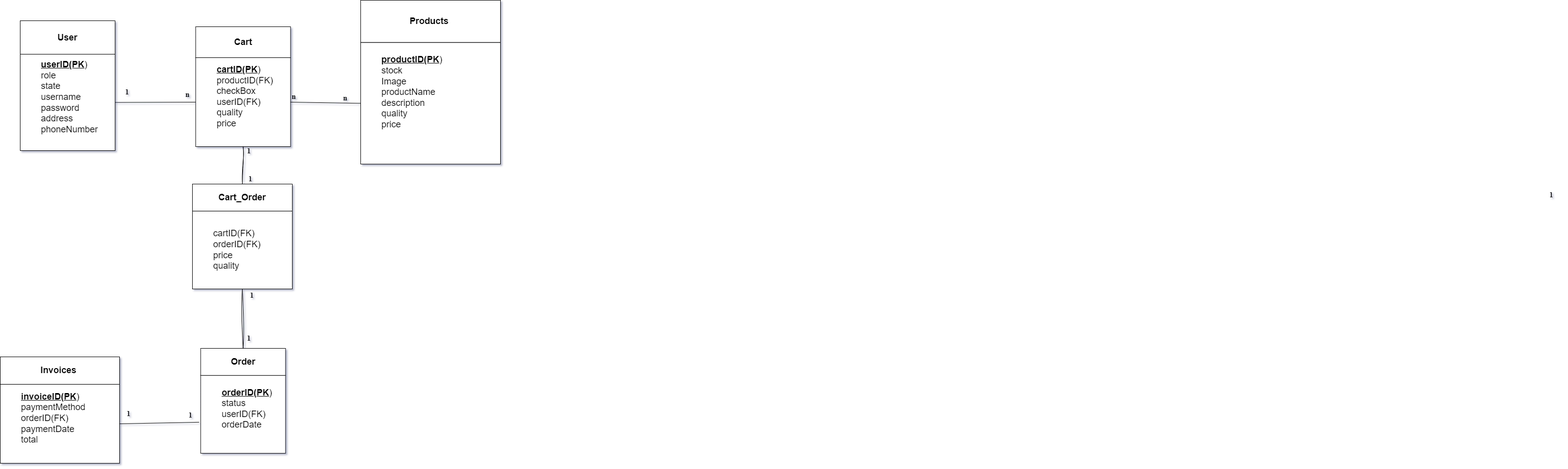
Before: DuAn4.drawio.png, a diagram exported from draw.io (PhamThom129D/JDBC). Source tidied: cells renumbered, new cells last; positions are measured from the earlier drawing's top-left corner, leaving out a move shared by most shapes.
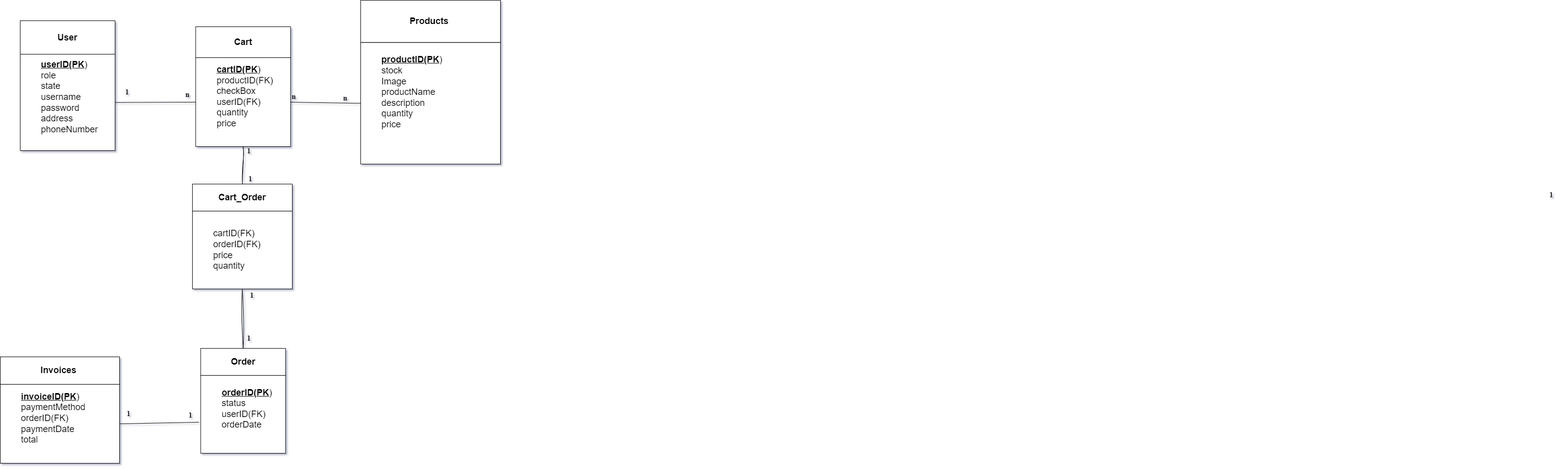
After the change.

Commit message:
Cập nhật DuAn4.drawio.png

Change to the diagram source:
```diff
@@ -17,7 +17,7 @@
     <mxCell id="6" value="&lt;h2&gt;Products&amp;nbsp;&lt;/h2&gt;" style="rounded=0;whiteSpace=wrap;html=1;align=center;labelBackgroundColor=none;" parent="5" vertex="1">
       <mxGeometry width="280" height="84.6" as="geometry" />
     </mxCell>
-    <mxCell id="7" value="&lt;blockquote style=&quot;margin: 0px 0px 0px 40px; border: none; padding: 0px; font-size: 18px;&quot;&gt;&lt;u&gt;&lt;b&gt;productID(PK&lt;/b&gt;&lt;/u&gt;)&lt;/blockquote&gt;&lt;blockquote style=&quot;margin: 0px 0px 0px 40px; border: none; padding: 0px; font-size: 18px;&quot;&gt;stock&lt;br&gt;&lt;/blockquote&gt;&lt;blockquote style=&quot;margin: 0px 0px 0px 40px; border: none; padding: 0px; font-size: 18px;&quot;&gt;Image&lt;br&gt;productName&lt;/blockquote&gt;&lt;blockquote style=&quot;margin: 0px 0px 0px 40px; border: none; padding: 0px;&quot;&gt;&lt;span style=&quot;font-size: 18px;&quot;&gt;description&lt;/span&gt;&lt;br&gt;&lt;span style=&quot;font-size: 18px;&quot;&gt;quality&amp;nbsp;&lt;/span&gt;&lt;br&gt;&lt;span style=&quot;font-size: 18px;&quot;&gt;price&amp;nbsp;&lt;/span&gt;&lt;/blockquote&gt;&lt;blockquote style=&quot;margin: 0px 0px 0px 40px; border: none; padding: 0px; font-size: 18px;&quot;&gt;&lt;br&gt;&lt;br&gt;&lt;/blockquote&gt;" style="rounded=0;whiteSpace=wrap;html=1;align=left;labelPosition=center;verticalLabelPosition=middle;verticalAlign=middle;labelBackgroundColor=none;" parent="5" vertex="1">
+    <mxCell id="7" value="&lt;blockquote style=&quot;margin: 0px 0px 0px 40px; border: none; padding: 0px; font-size: 18px;&quot;&gt;&lt;u&gt;&lt;b&gt;productID(PK&lt;/b&gt;&lt;/u&gt;)&lt;/blockquote&gt;&lt;blockquote style=&quot;margin: 0px 0px 0px 40px; border: none; padding: 0px; font-size: 18px;&quot;&gt;stock&lt;br&gt;&lt;/blockquote&gt;&lt;blockquote style=&quot;margin: 0px 0px 0px 40px; border: none; padding: 0px; font-size: 18px;&quot;&gt;Image&lt;br&gt;productName&lt;/blockquote&gt;&lt;blockquote style=&quot;margin: 0px 0px 0px 40px; border: none; padding: 0px;&quot;&gt;&lt;span style=&quot;font-size: 18px;&quot;&gt;description&lt;/span&gt;&lt;br&gt;&lt;span style=&quot;font-size: 18px;&quot;&gt;quantity&amp;nbsp;&lt;/span&gt;&lt;br&gt;&lt;span style=&quot;font-size: 18px;&quot;&gt;price&amp;nbsp;&lt;/span&gt;&lt;/blockquote&gt;&lt;blockquote style=&quot;margin: 0px 0px 0px 40px; border: none; padding: 0px; font-size: 18px;&quot;&gt;&lt;br&gt;&lt;br&gt;&lt;/blockquote&gt;" style="rounded=0;whiteSpace=wrap;html=1;align=left;labelPosition=center;verticalLabelPosition=middle;verticalAlign=middle;labelBackgroundColor=none;" parent="5" vertex="1">
       <mxGeometry y="84.6" width="280" height="243.4" as="geometry" />
     </mxCell>
     <mxCell id="8" style="group;verticalAlign=bottom;align=center;labelPosition=center;verticalLabelPosition=top;textDirection=ltr;rounded=0;labelBackgroundColor=none;" parent="1" vertex="1">
@@ -26,7 +26,7 @@
     <mxCell id="9" value="&lt;h2&gt;Cart&lt;/h2&gt;" style="rounded=0;whiteSpace=wrap;html=1;align=center;labelBackgroundColor=none;" parent="8" vertex="1">
       <mxGeometry width="190" height="61.9" as="geometry" />
     </mxCell>
-    <mxCell id="10" value="&lt;blockquote style=&quot;margin: 0px 0px 0px 40px; border: none; padding: 0px; font-size: 18px;&quot;&gt;&lt;u&gt;&lt;b&gt;cartID(PK&lt;/b&gt;&lt;/u&gt;)&lt;/blockquote&gt;&lt;blockquote style=&quot;margin: 0px 0px 0px 40px; border: none; padding: 0px; font-size: 18px;&quot;&gt;&lt;span style=&quot;background-color: initial;&quot;&gt;productID(FK)&lt;/span&gt;&lt;/blockquote&gt;&lt;blockquote style=&quot;margin: 0px 0px 0px 40px; border: none; padding: 0px; font-size: 18px;&quot;&gt;&lt;span style=&quot;background-color: initial;&quot;&gt;checkBox&lt;/span&gt;&lt;/blockquote&gt;&lt;blockquote style=&quot;margin: 0px 0px 0px 40px; border: none; padding: 0px; font-size: 18px;&quot;&gt;&lt;span style=&quot;background-color: initial;&quot;&gt;userID(FK)&lt;/span&gt;&lt;/blockquote&gt;&lt;blockquote style=&quot;margin: 0px 0px 0px 40px; border: none; padding: 0px; font-size: 18px;&quot;&gt;quality&amp;nbsp;&lt;br&gt;price&amp;nbsp;&lt;/blockquote&gt;&lt;blockquote style=&quot;margin: 0px 0px 0px 40px; border: none; padding: 0px; font-size: 18px;&quot;&gt;&lt;br&gt;&lt;/blockquote&gt;" style="rounded=0;whiteSpace=wrap;html=1;align=left;labelPosition=center;verticalLabelPosition=middle;verticalAlign=middle;labelBackgroundColor=none;" parent="8" vertex="1">
+    <mxCell id="10" value="&lt;blockquote style=&quot;margin: 0px 0px 0px 40px; border: none; padding: 0px; font-size: 18px;&quot;&gt;&lt;u&gt;&lt;b&gt;cartID(PK&lt;/b&gt;&lt;/u&gt;)&lt;/blockquote&gt;&lt;blockquote style=&quot;margin: 0px 0px 0px 40px; border: none; padding: 0px; font-size: 18px;&quot;&gt;&lt;span style=&quot;background-color: initial;&quot;&gt;productID(FK)&lt;/span&gt;&lt;/blockquote&gt;&lt;blockquote style=&quot;margin: 0px 0px 0px 40px; border: none; padding: 0px; font-size: 18px;&quot;&gt;&lt;span style=&quot;background-color: initial;&quot;&gt;checkBox&lt;/span&gt;&lt;/blockquote&gt;&lt;blockquote style=&quot;margin: 0px 0px 0px 40px; border: none; padding: 0px; font-size: 18px;&quot;&gt;&lt;span style=&quot;background-color: initial;&quot;&gt;userID(FK)&lt;/span&gt;&lt;/blockquote&gt;&lt;blockquote style=&quot;margin: 0px 0px 0px 40px; border: none; padding: 0px; font-size: 18px;&quot;&gt;quantity&lt;br&gt;price&amp;nbsp;&lt;/blockquote&gt;&lt;blockquote style=&quot;margin: 0px 0px 0px 40px; border: none; padding: 0px; font-size: 18px;&quot;&gt;&lt;br&gt;&lt;/blockquote&gt;" style="rounded=0;whiteSpace=wrap;html=1;align=left;labelPosition=center;verticalLabelPosition=middle;verticalAlign=middle;labelBackgroundColor=none;" parent="8" vertex="1">
       <mxGeometry y="61.9" width="190" height="178.1" as="geometry" />
     </mxCell>
     <mxCell id="11" style="group;verticalAlign=bottom;align=center;labelPosition=center;verticalLabelPosition=top;textDirection=ltr;rounded=0;labelBackgroundColor=none;" parent="1" vertex="1">
@@ -53,7 +53,7 @@
     <mxCell id="18" value="&lt;h2&gt;Cart_Order&lt;/h2&gt;" style="rounded=0;whiteSpace=wrap;html=1;align=center;labelBackgroundColor=none;" parent="17" vertex="1">
       <mxGeometry width="200" height="54.2" as="geometry" />
     </mxCell>
-    <mxCell id="19" value="&lt;blockquote style=&quot;margin: 0px 0px 0px 40px; border: none; padding: 0px; font-size: 18px;&quot;&gt;cartID(FK)&lt;/blockquote&gt;&lt;blockquote style=&quot;margin: 0px 0px 0px 40px; border: none; padding: 0px; font-size: 18px;&quot;&gt;orderID(FK)&lt;/blockquote&gt;&lt;blockquote style=&quot;margin: 0px 0px 0px 40px; border: none; padding: 0px; font-size: 18px;&quot;&gt;price&lt;/blockquote&gt;&lt;blockquote style=&quot;margin: 0px 0px 0px 40px; border: none; padding: 0px; font-size: 18px;&quot;&gt;quality&lt;/blockquote&gt;" style="rounded=0;whiteSpace=wrap;html=1;align=left;labelPosition=center;verticalLabelPosition=middle;verticalAlign=middle;labelBackgroundColor=none;" parent="17" vertex="1">
+    <mxCell id="19" value="&lt;blockquote style=&quot;margin: 0px 0px 0px 40px; border: none; padding: 0px; font-size: 18px;&quot;&gt;cartID(FK)&lt;/blockquote&gt;&lt;blockquote style=&quot;margin: 0px 0px 0px 40px; border: none; padding: 0px; font-size: 18px;&quot;&gt;orderID(FK)&lt;/blockquote&gt;&lt;blockquote style=&quot;margin: 0px 0px 0px 40px; border: none; padding: 0px; font-size: 18px;&quot;&gt;price&lt;/blockquote&gt;&lt;blockquote style=&quot;margin: 0px 0px 0px 40px; border: none; padding: 0px; font-size: 18px;&quot;&gt;quantity&lt;/blockquote&gt;" style="rounded=0;whiteSpace=wrap;html=1;align=left;labelPosition=center;verticalLabelPosition=middle;verticalAlign=middle;labelBackgroundColor=none;" parent="17" vertex="1">
       <mxGeometry y="54.2" width="200" height="155.8" as="geometry" />
     </mxCell>
     <mxCell id="20" style="endArrow=none;html=1;rounded=0;exitX=-0.019;exitY=0.601;exitDx=0;exitDy=0;exitPerimeter=0;entryX=1;entryY=0.5;entryDx=0;entryDy=0;labelBackgroundColor=none;fontColor=default;" parent="1" edge="1" source="13" target="16">
```
